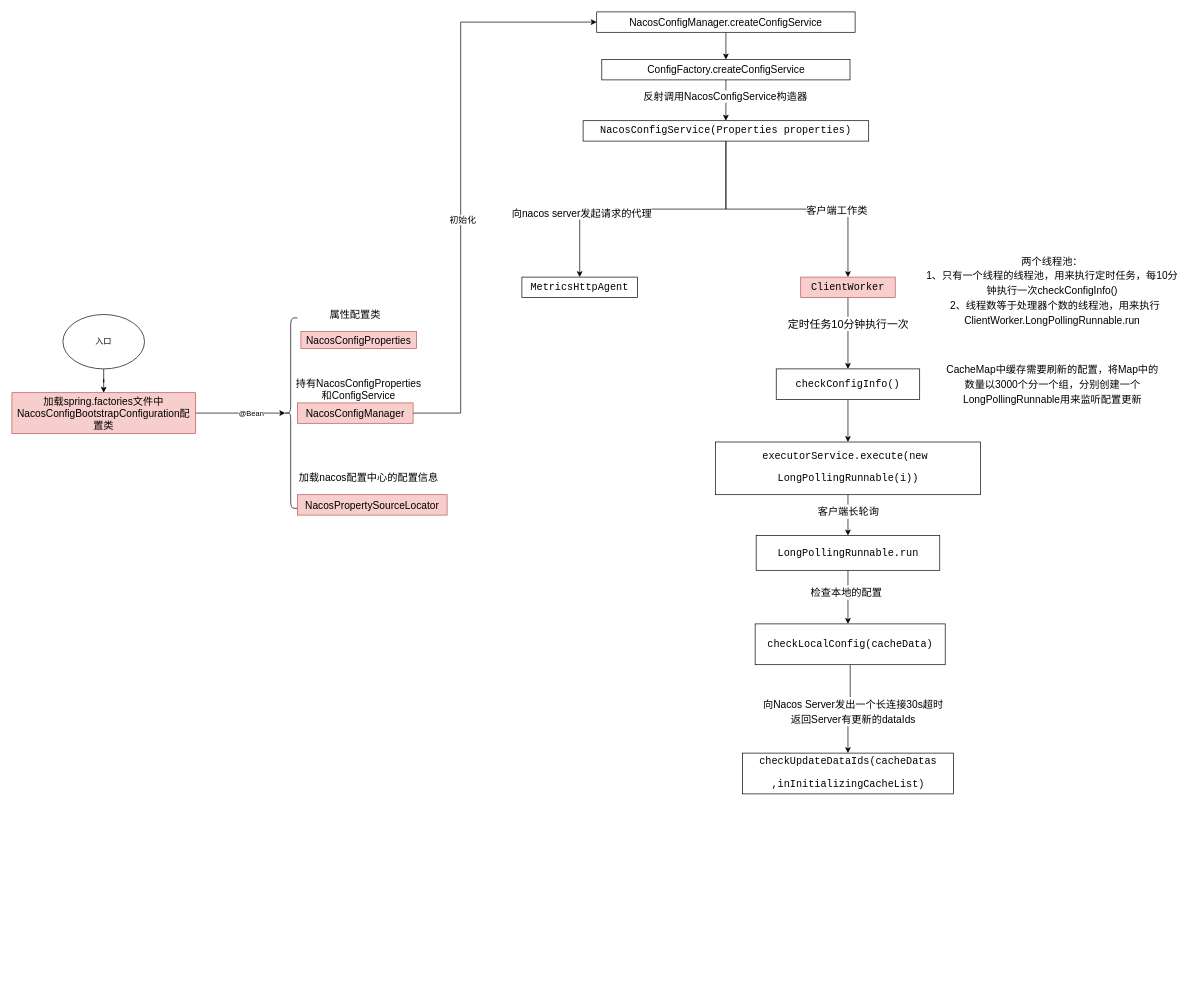
linbingxing/mind keeps this draw.io diagram as Nacos配置中心源码解析.drawio. Above is the earlier version. Source tidied: cells renumbered, new cells numbered last; positions are measured from the earlier drawing's top-left corner, leaving out a move shared by most shapes. Both pictures are drawn from the tidied source at 68%, with x=0, y=0 at pixel (12, 12).
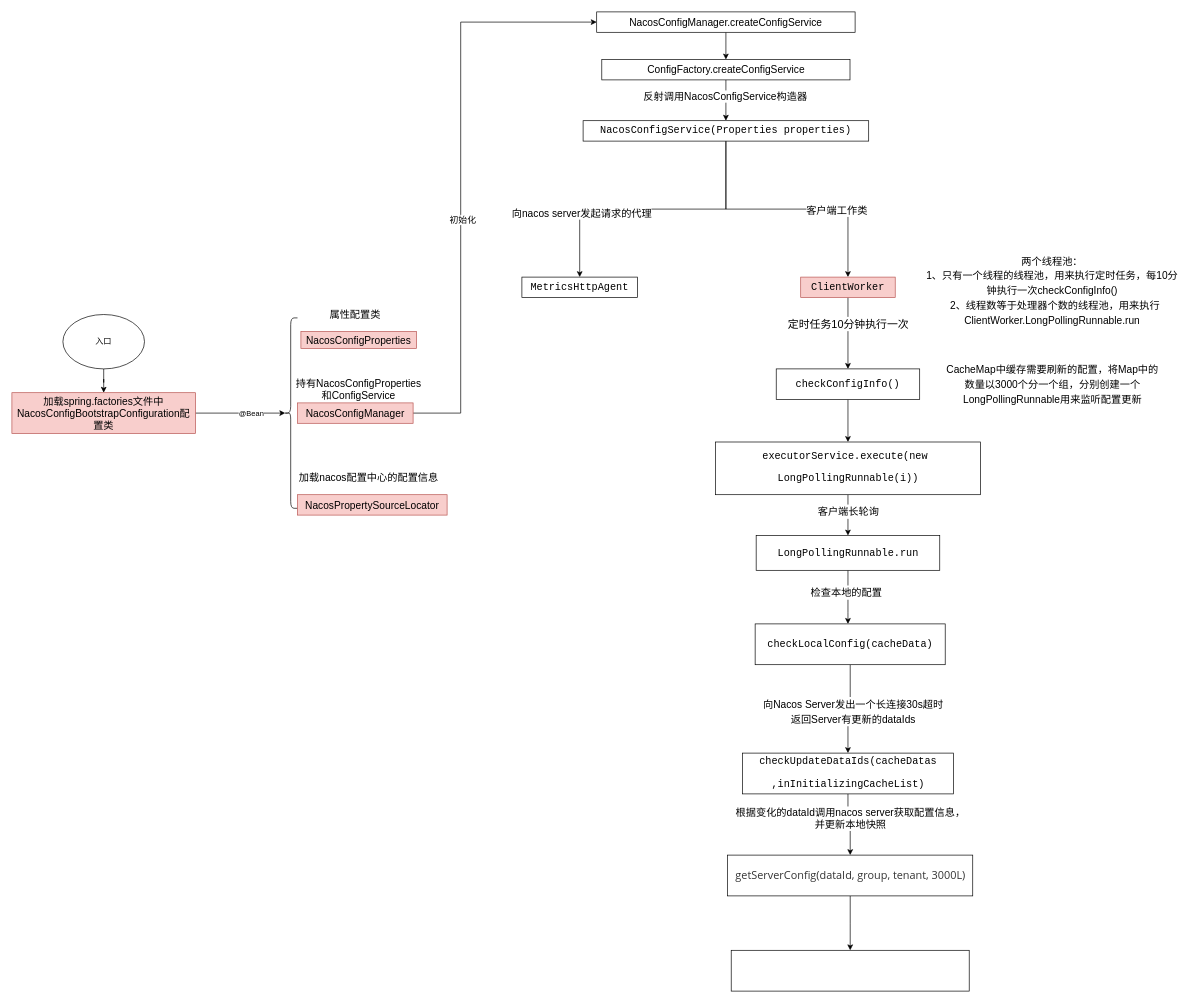
Above is the later version.

Commit message:
更新Nacos配置中心源码解析.drawio

The change refers to these unchanged cells:
```xml
<mxCell id="43" value="&lt;p style=&quot;line-height: 0&quot;&gt;&lt;/p&gt;&lt;pre style=&quot;font-family: &amp;#34;consolas&amp;#34; ; font-size: 15px&quot;&gt;&lt;span style=&quot;background-color: rgb(255 , 255 , 255)&quot;&gt;&lt;font style=&quot;font-size: 15px&quot;&gt;checkUpdateDataIds(cacheDatas&lt;/font&gt;&lt;/span&gt;&lt;/pre&gt;&lt;pre style=&quot;font-family: &amp;#34;consolas&amp;#34; ; font-size: 15px&quot;&gt;&lt;span style=&quot;background-color: rgb(255 , 255 , 255)&quot;&gt;&lt;font style=&quot;font-size: 15px&quot;&gt;,inInitializingCacheList)&lt;/font&gt;&lt;/span&gt;&lt;/pre&gt;&lt;p&gt;&lt;/p&gt;" style="whiteSpace=wrap;html=1;rounded=0;align=center;spacing=0;" parent="1" vertex="1">
  <mxGeometry x="1074.5" y="1090" width="310" height="60" as="geometry" />
</mxCell>
```

Change to the diagram source:
```diff
@@
+    <mxCell id="44" style="edgeStyle=orthogonalEdgeStyle;rounded=0;jettySize=auto;html=1;fontSize=15;fontColor=#000000;" parent="1" edge="1" source="43" target="47">
+      <mxGeometry relative="1" as="geometry" />
+    </mxCell>
+    <mxCell id="45" value="根据变化的dataId调用nacos server获取配置信息，&lt;br&gt;并更新本地快照" style="edgeLabel;html=1;align=center;verticalAlign=middle;fontSize=15;fontColor=#000000;" parent="44" vertex="1">
+      <mxGeometry x="0.34" y="-1" relative="1" as="geometry">
+        <mxPoint x="1" y="-24" as="offset" />
+      </mxGeometry>
+    </mxCell>
@@
+    <mxCell id="46" style="edgeStyle=orthogonalEdgeStyle;rounded=0;jettySize=auto;html=1;fontSize=15;fontColor=#000000;" parent="1" edge="1" source="47" target="48">
+      <mxGeometry relative="1" as="geometry" />
+    </mxCell>
+    <mxCell id="47" value="&lt;span style=&quot;color: rgb(51 , 51 , 51) ; font-family: &amp;#34;open sans&amp;#34; , &amp;#34;clear sans&amp;#34; , &amp;#34;helvetica neue&amp;#34; , &amp;#34;helvetica&amp;#34; , &amp;#34;arial&amp;#34; , &amp;#34;segoe ui emoji&amp;#34; , sans-serif ; font-size: 16px ; background-color: rgb(255 , 255 , 255)&quot;&gt;getServerConfig(dataId, group, tenant, 3000L)&lt;/span&gt;" style="whiteSpace=wrap;html=1;rounded=0;spacing=0;" parent="1" vertex="1">
+      <mxGeometry x="1052.5" y="1240" width="360.5" height="60" as="geometry" />
+    </mxCell>
+    <mxCell id="48" style="whiteSpace=wrap;html=1;rounded=0;spacing=0;" parent="1" vertex="1">
+      <mxGeometry x="1057.8" y="1380" width="350" height="60" as="geometry" />
+    </mxCell>
```
